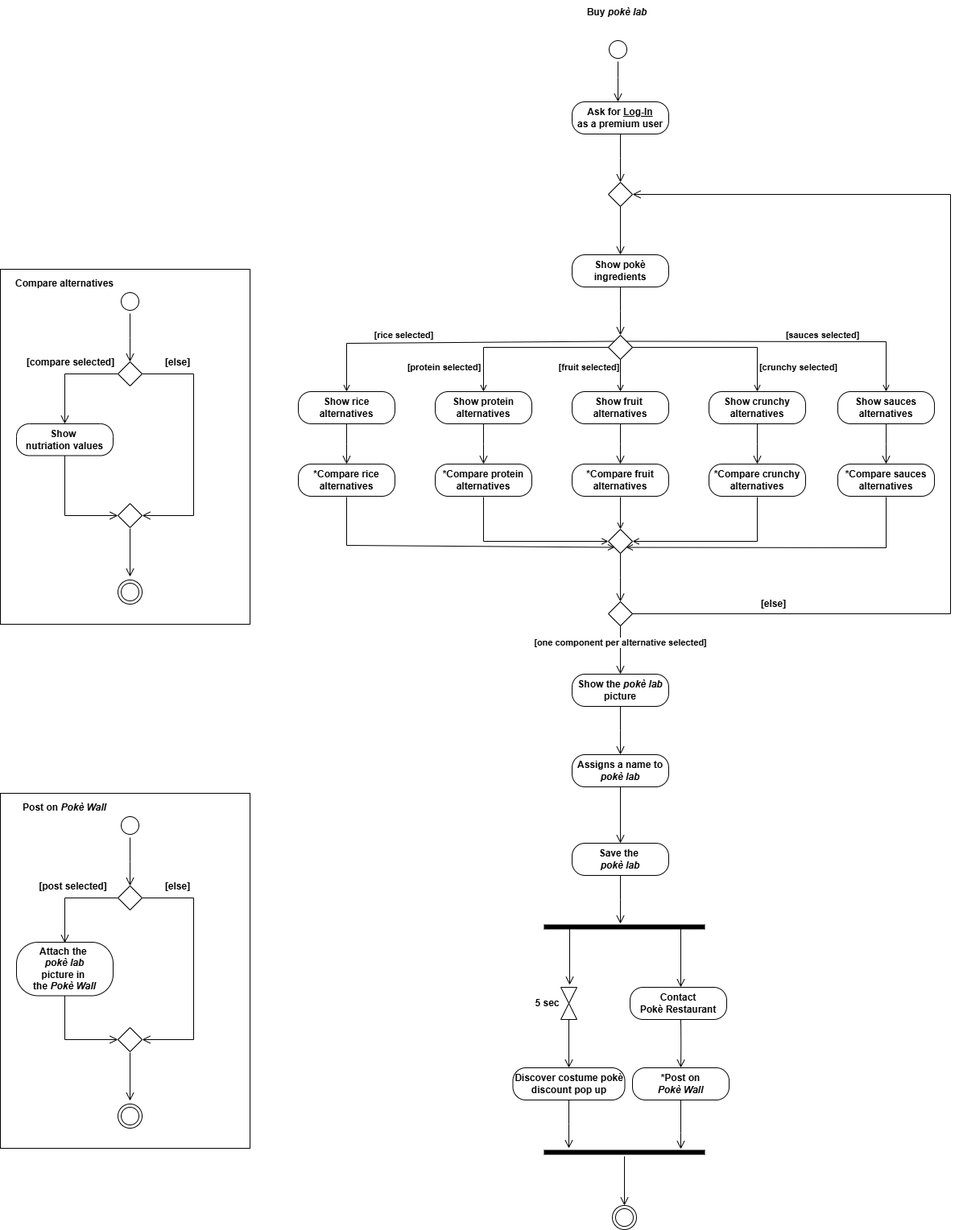
matteopinfildi/YourPoke-ISPWProject keeps this draw.io diagram as diagrams/ActivityDiagram.drawio.png. Above is the earlier version. Source tidied: cells renumbered, new cells last; positions are measured from the earlier drawing's top-left corner, leaving out a move shared by most shapes.
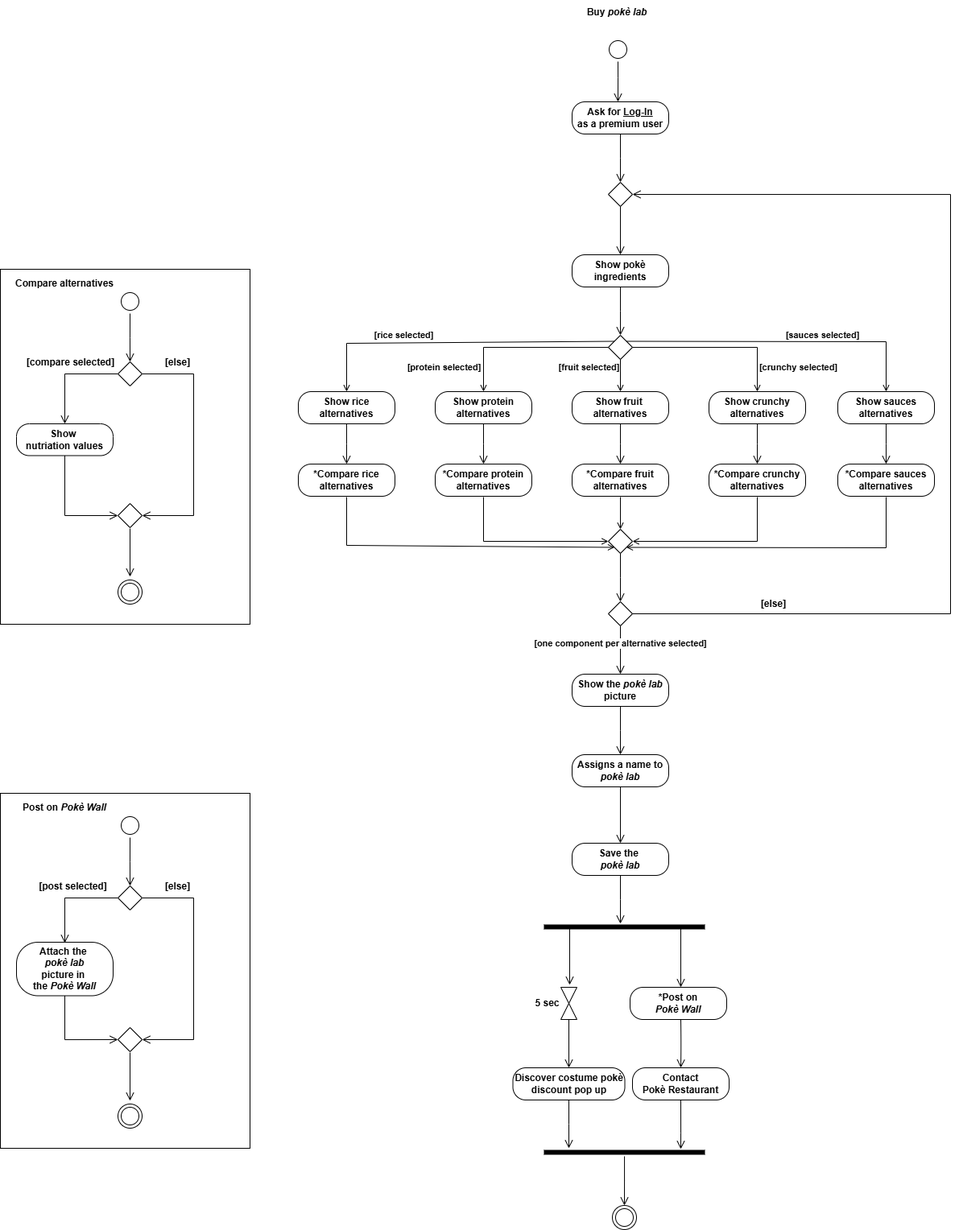
After the commit.

The edit, as a diff of the source:
```diff
@@ -223,7 +223,7 @@
     <mxCell id="47" value="&lt;b&gt;5 sec&lt;/b&gt;" style="shape=collate;html=1;spacingLeft=-55;labelBackgroundColor=none;" parent="1" vertex="1">
       <mxGeometry x="696" y="1226" width="20" height="40" as="geometry" />
     </mxCell>
-    <mxCell id="48" value="&lt;b&gt;*Post on&lt;/b&gt;&lt;div&gt;&lt;b&gt;&lt;i&gt;Pokè Wall&lt;/i&gt;&lt;/b&gt;&lt;/div&gt;" style="rounded=1;whiteSpace=wrap;html=1;arcSize=40;labelBackgroundColor=none;" parent="1" vertex="1">
+    <mxCell id="48" value="&lt;b&gt;Contact&lt;/b&gt;&lt;div&gt;&lt;b&gt;Pokè Restaurant&lt;/b&gt;&lt;/div&gt;" style="rounded=1;whiteSpace=wrap;html=1;arcSize=40;labelBackgroundColor=none;" parent="1" vertex="1">
       <mxGeometry x="785" y="1326" width="120" height="40" as="geometry" />
     </mxCell>
     <mxCell id="49" style="edgeStyle=orthogonalEdgeStyle;html=1;verticalAlign=bottom;endArrow=open;endSize=8;rounded=0;fontSize=12;curved=1;labelBackgroundColor=none;fontColor=default;exitX=0.5;exitY=1;exitDx=0;exitDy=0;" parent="1" edge="1" source="48">
@@ -409,7 +409,7 @@
     <mxCell id="89" value="&lt;span style=&quot;font-size: 12px;&quot;&gt;&lt;b&gt;Compare alternatives&lt;/b&gt;&lt;/span&gt;" style="text;strokeColor=none;fillColor=none;html=1;align=center;verticalAlign=middle;whiteSpace=wrap;rounded=0;fontSize=16;labelBackgroundColor=none;" parent="1" vertex="1">
       <mxGeometry x="5" y="334.5" width="150" height="30" as="geometry" />
     </mxCell>
-    <mxCell id="90" value="&lt;b&gt;Contact&lt;/b&gt;&lt;div&gt;&lt;b&gt;Pokè Restaurant&lt;/b&gt;&lt;/div&gt;" style="rounded=1;whiteSpace=wrap;html=1;arcSize=40;labelBackgroundColor=none;" parent="1" vertex="1">
+    <mxCell id="90" value="&lt;div&gt;&lt;b&gt;*Post on&lt;/b&gt;&lt;div&gt;&lt;b&gt;&lt;i&gt;Pokè Wall&lt;/i&gt;&lt;/b&gt;&lt;/div&gt;&lt;/div&gt;" style="rounded=1;whiteSpace=wrap;html=1;arcSize=40;labelBackgroundColor=none;" parent="1" vertex="1">
       <mxGeometry x="782" y="1226" width="120" height="40" as="geometry" />
     </mxCell>
     <mxCell id="91" style="edgeStyle=orthogonalEdgeStyle;html=1;verticalAlign=bottom;endArrow=open;endSize=8;rounded=0;fontSize=12;curved=1;labelBackgroundColor=none;fontColor=default;entryX=0.5;entryY=0;entryDx=0;entryDy=0;" parent="1" edge="1" target="48">
```
